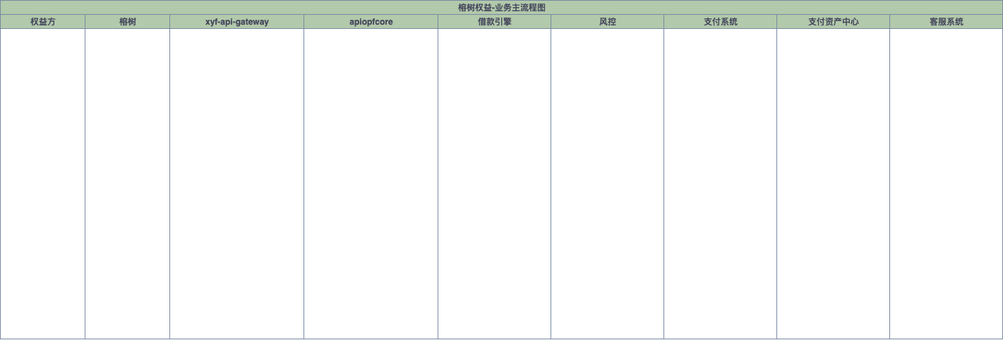
The draw.io diagram 榕树权益-业务主流程图.png in yuanlj-tea/picgo, before a commit. Source tidied: cells renumbered, new cells last; positions are measured from the earlier drawing's top-left corner, leaving out a move shared by most shapes.
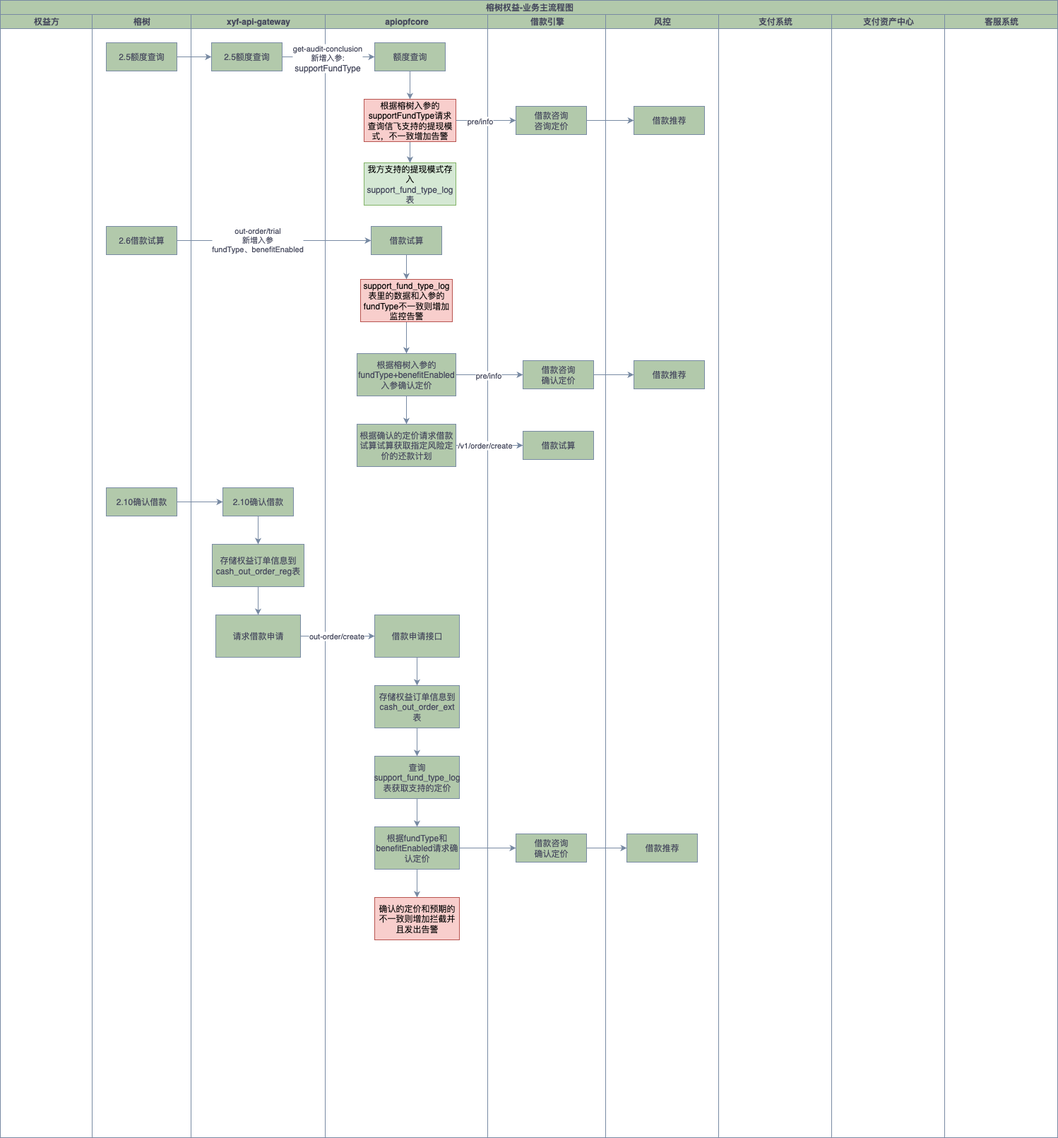
Above is the later version.

Commit message:
更新榕树权益-业务主流程图.png

Diff of the diagram source:
```diff
@@ -3,34 +3,203 @@
     <mxCell id="0" />
     <mxCell id="1" parent="0" />
     <mxCell id="2" value="榕树权益-业务主流程图" style="swimlane;startSize=20;html=1;labelBackgroundColor=none;fillColor=#B2C9AB;strokeColor=#788AA3;fontColor=#46495D;" parent="1" vertex="1">
-      <mxGeometry width="1420" height="480" as="geometry" />
+      <mxGeometry width="1497" height="1610" as="geometry" />
     </mxCell>
     <mxCell id="3" value="权益方" style="swimlane;startSize=20;html=1;labelBackgroundColor=none;fillColor=#B2C9AB;strokeColor=#788AA3;fontColor=#46495D;" parent="2" vertex="1">
-      <mxGeometry y="20" width="120" height="460" as="geometry" />
+      <mxGeometry y="20" width="130" height="1590" as="geometry" />
     </mxCell>
     <mxCell id="4" value="榕树" style="swimlane;startSize=20;html=1;labelBackgroundColor=none;fillColor=#B2C9AB;strokeColor=#788AA3;fontColor=#46495D;" parent="2" vertex="1">
-      <mxGeometry x="120" y="20" width="120" height="460" as="geometry" />
+      <mxGeometry x="130" y="20" width="140" height="1590" as="geometry" />
     </mxCell>
+    <mxCell id="12" value="2.5额度查询" style="rounded=0;whiteSpace=wrap;html=1;labelBackgroundColor=none;fillColor=#B2C9AB;strokeColor=#788AA3;fontColor=#46495D;" parent="4" vertex="1">
+      <mxGeometry x="20" y="40" width="100" height="40" as="geometry" />
+    </mxCell>
+    <mxCell id="13" value="2.6借款试算" style="rounded=0;whiteSpace=wrap;html=1;labelBackgroundColor=none;fillColor=#B2C9AB;strokeColor=#788AA3;fontColor=#46495D;" parent="4" vertex="1">
+      <mxGeometry x="20" y="300" width="100" height="40" as="geometry" />
+    </mxCell>
+    <mxCell id="14" value="2.10确认借款" style="rounded=0;whiteSpace=wrap;html=1;labelBackgroundColor=none;fillColor=#B2C9AB;strokeColor=#788AA3;fontColor=#46495D;" parent="4" vertex="1">
+      <mxGeometry x="20" y="670" width="100" height="40" as="geometry" />
+    </mxCell>
     <mxCell id="5" value="xyf-api-gateway" style="swimlane;startSize=20;html=1;labelBackgroundColor=none;fillColor=#B2C9AB;strokeColor=#788AA3;fontColor=#46495D;" parent="2" vertex="1">
-      <mxGeometry x="240" y="20" width="190" height="460" as="geometry" />
+      <mxGeometry x="270" y="20" width="190" height="1590" as="geometry" />
     </mxCell>
+    <mxCell id="15" value="2.5额度查询" style="rounded=0;whiteSpace=wrap;html=1;labelBackgroundColor=none;fillColor=#B2C9AB;strokeColor=#788AA3;fontColor=#46495D;" parent="5" vertex="1">
+      <mxGeometry x="29" y="40" width="100" height="40" as="geometry" />
+    </mxCell>
+    <mxCell id="16" style="edgeStyle=orthogonalEdgeStyle;rounded=0;jettySize=auto;html=1;strokeColor=#788AA3;fontColor=#46495D;fillColor=#B2C9AB;" parent="5" edge="1" source="17" target="19">
+      <mxGeometry relative="1" as="geometry" />
+    </mxCell>
+    <mxCell id="17" value="2.10确认借款" style="rounded=0;whiteSpace=wrap;html=1;labelBackgroundColor=none;fillColor=#B2C9AB;strokeColor=#788AA3;fontColor=#46495D;" parent="5" vertex="1">
+      <mxGeometry x="45" y="670" width="100" height="40" as="geometry" />
+    </mxCell>
+    <mxCell id="18" style="edgeStyle=orthogonalEdgeStyle;rounded=0;jettySize=auto;html=1;strokeColor=#788AA3;fontColor=#46495D;fillColor=#B2C9AB;" parent="5" edge="1" source="19" target="20">
+      <mxGeometry relative="1" as="geometry" />
+    </mxCell>
+    <mxCell id="19" value="存储权益订单信息到cash_out_order_reg表" style="rounded=0;whiteSpace=wrap;html=1;labelBackgroundColor=none;fillColor=#B2C9AB;strokeColor=#788AA3;fontColor=#46495D;" parent="5" vertex="1">
+      <mxGeometry x="30" y="750" width="130" height="60" as="geometry" />
+    </mxCell>
+    <mxCell id="20" value="请求借款申请" style="whiteSpace=wrap;html=1;fillColor=#B2C9AB;strokeColor=#788AA3;fontColor=#46495D;rounded=0;labelBackgroundColor=none;" parent="5" vertex="1">
+      <mxGeometry x="35" y="850" width="120" height="60" as="geometry" />
+    </mxCell>
     <mxCell id="6" value="apiopfcore" style="swimlane;startSize=20;html=1;labelBackgroundColor=none;fillColor=#B2C9AB;strokeColor=#788AA3;fontColor=#46495D;" parent="2" vertex="1">
-      <mxGeometry x="430" y="20" width="190" height="460" as="geometry" />
+      <mxGeometry x="460" y="20" width="230" height="1590" as="geometry" />
     </mxCell>
+    <mxCell id="21" style="edgeStyle=orthogonalEdgeStyle;rounded=0;jettySize=auto;html=1;strokeColor=#788AA3;fontColor=#46495D;fillColor=#B2C9AB;" parent="6" edge="1" source="22" target="24">
+      <mxGeometry relative="1" as="geometry" />
+    </mxCell>
+    <mxCell id="22" value="额度查询" style="rounded=0;whiteSpace=wrap;html=1;labelBackgroundColor=none;fillColor=#B2C9AB;strokeColor=#788AA3;fontColor=#46495D;" parent="6" vertex="1">
+      <mxGeometry x="70" y="40" width="100" height="40" as="geometry" />
+    </mxCell>
+    <mxCell id="23" style="edgeStyle=orthogonalEdgeStyle;rounded=0;jettySize=auto;html=1;strokeColor=#788AA3;fontColor=#46495D;fillColor=#B2C9AB;" parent="6" edge="1" source="24" target="25">
+      <mxGeometry relative="1" as="geometry" />
+    </mxCell>
+    <mxCell id="24" value="根据榕树入参的supportFundType请求查询信飞支持的提现模式，不一致增加告警" style="rounded=0;whiteSpace=wrap;html=1;labelBackgroundColor=none;fillColor=#f8cecc;strokeColor=#b85450;" parent="6" vertex="1">
+      <mxGeometry x="55" y="120" width="130" height="60" as="geometry" />
+    </mxCell>
+    <mxCell id="25" value="我方支持的提现模式存入&lt;span style=&quot;text-align: left; background-color: transparent; color: light-dark(rgb(70, 73, 93), rgb(170, 173, 190));&quot;&gt;support_fund_type_log表&lt;/span&gt;" style="rounded=0;whiteSpace=wrap;html=1;labelBackgroundColor=none;fillColor=#d5e8d4;strokeColor=#82b366;" parent="6" vertex="1">
+      <mxGeometry x="55" y="210" width="130" height="60" as="geometry" />
+    </mxCell>
+    <mxCell id="26" style="edgeStyle=orthogonalEdgeStyle;rounded=0;jettySize=auto;html=1;entryX=0.5;entryY=0;entryDx=0;entryDy=0;strokeColor=#788AA3;fontColor=#46495D;fillColor=#B2C9AB;" parent="6" edge="1" source="27" target="31">
+      <mxGeometry relative="1" as="geometry" />
+    </mxCell>
+    <mxCell id="27" value="借款试算" style="rounded=0;whiteSpace=wrap;html=1;labelBackgroundColor=none;fillColor=#B2C9AB;strokeColor=#788AA3;fontColor=#46495D;" parent="6" vertex="1">
+      <mxGeometry x="65" y="300" width="100" height="40" as="geometry" />
+    </mxCell>
+    <mxCell id="28" style="edgeStyle=orthogonalEdgeStyle;rounded=0;jettySize=auto;html=1;strokeColor=#788AA3;fontColor=#46495D;fillColor=#B2C9AB;" parent="6" edge="1" source="29" target="32">
+      <mxGeometry relative="1" as="geometry" />
+    </mxCell>
+    <mxCell id="29" value="根据榕树入参的fundType+benefitEnabled入参确认定价" style="rounded=0;whiteSpace=wrap;html=1;labelBackgroundColor=none;fillColor=#B2C9AB;strokeColor=#788AA3;fontColor=#46495D;" parent="6" vertex="1">
+      <mxGeometry x="45" y="480" width="140" height="60" as="geometry" />
+    </mxCell>
+    <mxCell id="30" style="edgeStyle=orthogonalEdgeStyle;rounded=0;jettySize=auto;html=1;entryX=0.5;entryY=0;entryDx=0;entryDy=0;strokeColor=#788AA3;fontColor=#46495D;fillColor=#B2C9AB;" parent="6" edge="1" source="31" target="29">
+      <mxGeometry relative="1" as="geometry" />
+    </mxCell>
+    <mxCell id="31" value="&lt;span style=&quot;text-align: left;&quot;&gt;support_fund_type_log表里的数据和入参的fundType不一致则增加监控告警&lt;/span&gt;" style="rounded=0;whiteSpace=wrap;html=1;labelBackgroundColor=none;fillColor=#f8cecc;strokeColor=#b85450;" parent="6" vertex="1">
+      <mxGeometry x="50" y="375" width="130" height="60" as="geometry" />
+    </mxCell>
+    <mxCell id="32" value="根据确认的定价请求借款试算试算获取指定风险定价的还款计划" style="rounded=0;whiteSpace=wrap;html=1;labelBackgroundColor=none;fillColor=#B2C9AB;strokeColor=#788AA3;fontColor=#46495D;" parent="6" vertex="1">
+      <mxGeometry x="45" y="580" width="140" height="60" as="geometry" />
+    </mxCell>
+    <mxCell id="33" style="edgeStyle=orthogonalEdgeStyle;rounded=0;jettySize=auto;html=1;strokeColor=#788AA3;fontColor=#46495D;fillColor=#B2C9AB;" parent="6" edge="1" source="34" target="36">
+      <mxGeometry relative="1" as="geometry" />
+    </mxCell>
+    <mxCell id="34" value="借款申请接口" style="whiteSpace=wrap;html=1;fillColor=#B2C9AB;strokeColor=#788AA3;fontColor=#46495D;rounded=0;labelBackgroundColor=none;" parent="6" vertex="1">
+      <mxGeometry x="70" y="850" width="120" height="60" as="geometry" />
+    </mxCell>
+    <mxCell id="35" style="edgeStyle=orthogonalEdgeStyle;rounded=0;jettySize=auto;html=1;entryX=0.5;entryY=0;entryDx=0;entryDy=0;strokeColor=#788AA3;fontColor=#46495D;fillColor=#B2C9AB;" parent="6" edge="1" source="36" target="38">
+      <mxGeometry relative="1" as="geometry" />
+    </mxCell>
+    <mxCell id="36" value="存储权益订单信息到cash_out_order_ext表" style="whiteSpace=wrap;html=1;fillColor=#B2C9AB;strokeColor=#788AA3;fontColor=#46495D;rounded=0;labelBackgroundColor=none;" parent="6" vertex="1">
+      <mxGeometry x="70" y="950" width="120" height="60" as="geometry" />
+    </mxCell>
+    <mxCell id="37" style="edgeStyle=orthogonalEdgeStyle;rounded=0;jettySize=auto;html=1;entryX=0.5;entryY=0;entryDx=0;entryDy=0;strokeColor=#788AA3;fontColor=#46495D;fillColor=#B2C9AB;" parent="6" edge="1" source="38" target="40">
+      <mxGeometry relative="1" as="geometry" />
+    </mxCell>
+    <mxCell id="38" value="查询support_fund_type_log表获取支持的定价" style="whiteSpace=wrap;html=1;fillColor=#B2C9AB;strokeColor=#788AA3;fontColor=#46495D;rounded=0;labelBackgroundColor=none;" parent="6" vertex="1">
+      <mxGeometry x="70" y="1050" width="120" height="60" as="geometry" />
+    </mxCell>
+    <mxCell id="39" style="edgeStyle=orthogonalEdgeStyle;rounded=0;jettySize=auto;html=1;strokeColor=#788AA3;fontColor=#46495D;fillColor=#B2C9AB;" parent="6" edge="1" source="40" target="41">
+      <mxGeometry relative="1" as="geometry" />
+    </mxCell>
+    <mxCell id="40" value="根据fundType和benefitEnabled请求确认定价" style="whiteSpace=wrap;html=1;fillColor=#B2C9AB;strokeColor=#788AA3;fontColor=#46495D;rounded=0;labelBackgroundColor=none;" parent="6" vertex="1">
+      <mxGeometry x="70" y="1150" width="120" height="60" as="geometry" />
+    </mxCell>
+    <mxCell id="41" value="确认的定价和预期的不一致则增加拦截并且发出告警" style="whiteSpace=wrap;html=1;fillColor=#f8cecc;strokeColor=#b85450;rounded=0;labelBackgroundColor=none;" parent="6" vertex="1">
+      <mxGeometry x="70" y="1250" width="120" height="60" as="geometry" />
+    </mxCell>
     <mxCell id="7" value="借款引擎" style="swimlane;startSize=20;html=1;labelBackgroundColor=none;fillColor=#B2C9AB;strokeColor=#788AA3;fontColor=#46495D;" parent="2" vertex="1">
-      <mxGeometry x="620" y="20" width="160" height="460" as="geometry" />
+      <mxGeometry x="690" y="20" width="167" height="1590" as="geometry" />
     </mxCell>
+    <mxCell id="42" value="借款咨询&lt;div&gt;咨询定价&lt;/div&gt;" style="rounded=0;whiteSpace=wrap;html=1;labelBackgroundColor=none;fillColor=#B2C9AB;strokeColor=#788AA3;fontColor=#46495D;" parent="7" vertex="1">
+      <mxGeometry x="40" y="130" width="100" height="40" as="geometry" />
+    </mxCell>
+    <mxCell id="43" value="借款咨询&lt;div&gt;确认定价&lt;/div&gt;" style="rounded=0;whiteSpace=wrap;html=1;labelBackgroundColor=none;fillColor=#B2C9AB;strokeColor=#788AA3;fontColor=#46495D;" parent="7" vertex="1">
+      <mxGeometry x="50" y="490" width="100" height="40" as="geometry" />
+    </mxCell>
+    <mxCell id="44" value="借款试算" style="rounded=0;whiteSpace=wrap;html=1;labelBackgroundColor=none;fillColor=#B2C9AB;strokeColor=#788AA3;fontColor=#46495D;" parent="7" vertex="1">
+      <mxGeometry x="50" y="590" width="100" height="40" as="geometry" />
+    </mxCell>
+    <mxCell id="45" value="借款咨询&lt;div&gt;确认定价&lt;/div&gt;" style="rounded=0;whiteSpace=wrap;html=1;labelBackgroundColor=none;fillColor=#B2C9AB;strokeColor=#788AA3;fontColor=#46495D;" parent="7" vertex="1">
+      <mxGeometry x="40" y="1160" width="100" height="40" as="geometry" />
+    </mxCell>
     <mxCell id="8" value="风控" style="swimlane;startSize=20;html=1;labelBackgroundColor=none;fillColor=#B2C9AB;strokeColor=#788AA3;fontColor=#46495D;" parent="2" vertex="1">
-      <mxGeometry x="780" y="20" width="160" height="460" as="geometry" />
+      <mxGeometry x="857" y="20" width="160" height="1590" as="geometry" />
     </mxCell>
+    <mxCell id="46" value="借款推荐" style="rounded=0;whiteSpace=wrap;html=1;labelBackgroundColor=none;fillColor=#B2C9AB;strokeColor=#788AA3;fontColor=#46495D;" parent="8" vertex="1">
+      <mxGeometry x="40" y="130" width="100" height="40" as="geometry" />
+    </mxCell>
+    <mxCell id="47" value="借款推荐" style="rounded=0;whiteSpace=wrap;html=1;labelBackgroundColor=none;fillColor=#B2C9AB;strokeColor=#788AA3;fontColor=#46495D;" parent="8" vertex="1">
+      <mxGeometry x="40" y="490" width="100" height="40" as="geometry" />
+    </mxCell>
+    <mxCell id="48" value="借款推荐" style="rounded=0;whiteSpace=wrap;html=1;labelBackgroundColor=none;fillColor=#B2C9AB;strokeColor=#788AA3;fontColor=#46495D;" parent="8" vertex="1">
+      <mxGeometry x="30" y="1160" width="100" height="40" as="geometry" />
+    </mxCell>
     <mxCell id="9" value="支付系统" style="swimlane;startSize=20;html=1;labelBackgroundColor=none;fillColor=#B2C9AB;strokeColor=#788AA3;fontColor=#46495D;" parent="2" vertex="1">
-      <mxGeometry x="940" y="20" width="160" height="460" as="geometry" />
+      <mxGeometry x="1017" y="20" width="160" height="1590" as="geometry" />
     </mxCell>
     <mxCell id="10" value="支付资产中心" style="swimlane;startSize=20;html=1;labelBackgroundColor=none;fillColor=#B2C9AB;strokeColor=#788AA3;fontColor=#46495D;" parent="2" vertex="1">
-      <mxGeometry x="1100" y="20" width="160" height="460" as="geometry" />
+      <mxGeometry x="1177" y="20" width="160" height="1590" as="geometry" />
     </mxCell>
     <mxCell id="11" value="客服系统" style="swimlane;startSize=20;html=1;labelBackgroundColor=none;fillColor=#B2C9AB;strokeColor=#788AA3;fontColor=#46495D;" parent="2" vertex="1">
-      <mxGeometry x="1260" y="20" width="160" height="460" as="geometry" />
+      <mxGeometry x="1337" y="20" width="160" height="1590" as="geometry" />
     </mxCell>
+    <mxCell id="49" style="edgeStyle=orthogonalEdgeStyle;rounded=0;jettySize=auto;html=1;strokeColor=#788AA3;fontColor=#46495D;fillColor=#B2C9AB;entryX=0;entryY=0.5;entryDx=0;entryDy=0;" parent="2" edge="1" source="12" target="15">
+      <mxGeometry relative="1" as="geometry" />
+    </mxCell>
+    <mxCell id="50" style="edgeStyle=orthogonalEdgeStyle;rounded=0;jettySize=auto;html=1;entryX=0;entryY=0.5;entryDx=0;entryDy=0;strokeColor=#788AA3;fontColor=#46495D;fillColor=#B2C9AB;" parent="2" edge="1" source="15" target="22">
+      <mxGeometry relative="1" as="geometry" />
+    </mxCell>
+    <mxCell id="51" value="&lt;span&gt;get-audit-conclusion&lt;/span&gt;&lt;div&gt;&lt;span&gt;新增入参:&lt;/span&gt;&lt;/div&gt;&lt;div&gt;&lt;span style=&quot;font-size: 12px; text-wrap-mode: wrap; color: light-dark(rgb(70, 73, 93), rgb(170, 173, 190));&quot;&gt;supportFundType&lt;/span&gt;&lt;/div&gt;" style="edgeLabel;html=1;align=center;verticalAlign=middle;strokeColor=#788AA3;fontColor=#46495D;fillColor=#B2C9AB;" parent="50" vertex="1">
+      <mxGeometry x="-0.14" y="-2" relative="1" as="geometry">
+        <mxPoint x="7" as="offset" />
+      </mxGeometry>
+    </mxCell>
+    <mxCell id="52" style="edgeStyle=orthogonalEdgeStyle;rounded=0;jettySize=auto;html=1;entryX=0;entryY=0.5;entryDx=0;entryDy=0;strokeColor=#788AA3;fontColor=#46495D;fillColor=#B2C9AB;" parent="2" edge="1" source="24" target="42">
+      <mxGeometry relative="1" as="geometry" />
+    </mxCell>
+    <mxCell id="53" value="pre/info" style="edgeLabel;html=1;align=center;verticalAlign=middle;strokeColor=#788AA3;fontColor=#46495D;fillColor=#B2C9AB;" parent="52" vertex="1">
+      <mxGeometry x="-0.2" y="-1" relative="1" as="geometry" />
+    </mxCell>
+    <mxCell id="54" style="edgeStyle=orthogonalEdgeStyle;rounded=0;jettySize=auto;html=1;strokeColor=#788AA3;fontColor=#46495D;fillColor=#B2C9AB;entryX=0;entryY=0.5;entryDx=0;entryDy=0;" parent="2" edge="1" source="42" target="46">
+      <mxGeometry relative="1" as="geometry" />
+    </mxCell>
+    <mxCell id="55" style="edgeStyle=orthogonalEdgeStyle;rounded=0;jettySize=auto;html=1;entryX=0;entryY=0.5;entryDx=0;entryDy=0;strokeColor=#788AA3;fontColor=#46495D;fillColor=#B2C9AB;" parent="2" edge="1" source="13" target="27">
+      <mxGeometry relative="1" as="geometry" />
+    </mxCell>
+    <mxCell id="56" value="&lt;div&gt;&lt;span&gt;out-order/trial&lt;/span&gt;&lt;/div&gt;&lt;span&gt;新增入参&lt;/span&gt;&lt;div&gt;&lt;span&gt;fundType、benefitEnabled&lt;/span&gt;&lt;/div&gt;" style="edgeLabel;html=1;align=center;verticalAlign=middle;strokeColor=#788AA3;fontColor=#46495D;fillColor=#B2C9AB;" parent="55" vertex="1">
+      <mxGeometry x="-0.25" y="1" relative="1" as="geometry">
+        <mxPoint x="10" as="offset" />
+      </mxGeometry>
+    </mxCell>
+    <mxCell id="57" style="edgeStyle=orthogonalEdgeStyle;rounded=0;jettySize=auto;html=1;entryX=0;entryY=0.5;entryDx=0;entryDy=0;strokeColor=#788AA3;fontColor=#46495D;fillColor=#B2C9AB;" parent="2" edge="1" source="29" target="43">
+      <mxGeometry relative="1" as="geometry" />
+    </mxCell>
+    <mxCell id="58" value="pre/info" style="edgeLabel;html=1;align=center;verticalAlign=middle;strokeColor=#788AA3;fontColor=#46495D;fillColor=#B2C9AB;" parent="57" vertex="1">
+      <mxGeometry x="-0.04" y="-1" relative="1" as="geometry" />
+    </mxCell>
+    <mxCell id="59" style="edgeStyle=orthogonalEdgeStyle;rounded=0;jettySize=auto;html=1;entryX=0;entryY=0.5;entryDx=0;entryDy=0;strokeColor=#788AA3;fontColor=#46495D;fillColor=#B2C9AB;" parent="2" edge="1" source="43" target="47">
+      <mxGeometry relative="1" as="geometry" />
+    </mxCell>
+    <mxCell id="60" style="edgeStyle=orthogonalEdgeStyle;rounded=0;jettySize=auto;html=1;entryX=0;entryY=0.5;entryDx=0;entryDy=0;strokeColor=#788AA3;fontColor=#46495D;fillColor=#B2C9AB;" parent="2" edge="1" source="32" target="44">
+      <mxGeometry relative="1" as="geometry" />
+    </mxCell>
+    <mxCell id="61" value="/v1/order/create" style="edgeLabel;html=1;align=center;verticalAlign=middle;strokeColor=#788AA3;fontColor=#46495D;fillColor=#B2C9AB;" parent="60" vertex="1">
+      <mxGeometry x="-0.14" relative="1" as="geometry" />
+    </mxCell>
+    <mxCell id="62" style="edgeStyle=orthogonalEdgeStyle;rounded=0;jettySize=auto;html=1;strokeColor=#788AA3;fontColor=#46495D;fillColor=#B2C9AB;" parent="2" edge="1" source="14" target="17">
+      <mxGeometry relative="1" as="geometry" />
+    </mxCell>
+    <mxCell id="63" style="edgeStyle=orthogonalEdgeStyle;rounded=0;jettySize=auto;html=1;entryX=0;entryY=0.5;entryDx=0;entryDy=0;strokeColor=#788AA3;fontColor=#46495D;fillColor=#B2C9AB;" parent="2" edge="1" source="20" target="34">
+      <mxGeometry relative="1" as="geometry" />
+    </mxCell>
+    <mxCell id="64" value="out-order/create" style="edgeLabel;html=1;align=center;verticalAlign=middle;strokeColor=#788AA3;fontColor=#46495D;fillColor=#B2C9AB;" parent="63" vertex="1">
+      <mxGeometry x="-0.03" relative="1" as="geometry" />
+    </mxCell>
+    <mxCell id="65" style="edgeStyle=orthogonalEdgeStyle;rounded=0;jettySize=auto;html=1;entryX=0;entryY=0.5;entryDx=0;entryDy=0;strokeColor=#788AA3;fontColor=#46495D;fillColor=#B2C9AB;" parent="2" edge="1" source="40" target="45">
+      <mxGeometry relative="1" as="geometry" />
+    </mxCell>
+    <mxCell id="66" style="edgeStyle=orthogonalEdgeStyle;rounded=0;jettySize=auto;html=1;entryX=0;entryY=0.5;entryDx=0;entryDy=0;strokeColor=#788AA3;fontColor=#46495D;fillColor=#B2C9AB;" parent="2" edge="1" source="45" target="48">
+      <mxGeometry relative="1" as="geometry" />
+    </mxCell>
   </root>
 </mxGraphModel>
```
